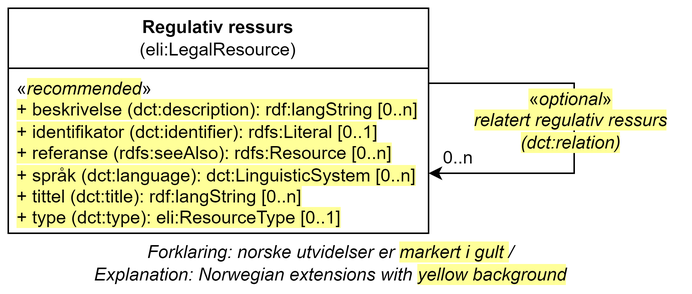
Before: docs/images/Klassen-RegulativRessurs.png, a diagram exported from draw.io (Informasjonsforvaltning/dcat-ap-no). Source tidied: cells renumbered, new cells last; positions are measured from the earlier drawing's top-left corner, leaving out a move shared by most shapes.
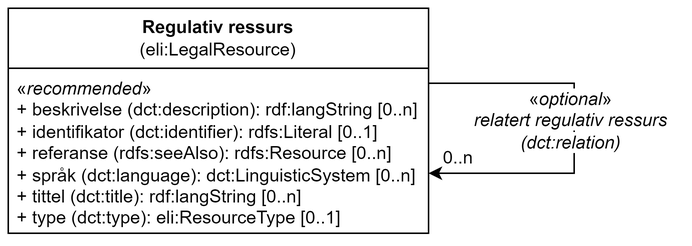
After the commit.

The edit, as a diff of the source:
```diff
@@ -5,13 +5,10 @@
     <mxCell id="2" value="0..n" style="text;html=1;strokeColor=none;fillColor=none;align=center;verticalAlign=middle;whiteSpace=wrap;rounded=0;labelBackgroundColor=default;fontFamily=Helvetica;fontSize=12;" parent="1" vertex="1">
       <mxGeometry x="280" y="90" width="40" height="20" as="geometry" />
     </mxCell>
-    <mxCell id="3" value="Forklaring: norske utvidelser er &lt;span style=&quot;background-color: rgb(255, 255, 153);&quot;&gt;markert i gult&amp;nbsp;&lt;/span&gt;&lt;span style=&quot;background-color: rgb(255 , 255 , 255)&quot;&gt;/ &lt;br&gt;Explanation: Norwegian extensions with &lt;/span&gt;&lt;span style=&quot;background-color: rgb(255, 255, 153);&quot;&gt;yellow background&lt;/span&gt;" style="text;html=1;strokeColor=none;fillColor=none;align=center;verticalAlign=middle;whiteSpace=wrap;rounded=0;fontStyle=2;" parent="1" vertex="1">
-      <mxGeometry y="160" width="430" height="20" as="geometry" />
-    </mxCell>
     <mxCell id="4" value="&lt;b style=&quot;border-color: var(--border-color);&quot;&gt;Regulativ ressurs&lt;/b&gt;&lt;br style=&quot;border-color: var(--border-color);&quot;&gt;(eli:LegalResource)" style="swimlane;fontStyle=0;horizontal=1;startSize=40;fillColor=none;whiteSpace=wrap;html=1;" parent="1" vertex="1">
       <mxGeometry width="280" height="150" as="geometry" />
     </mxCell>
-    <mxCell id="5" value="«&lt;i style=&quot;background-color: rgb(255, 255, 153);&quot;&gt;recommended&lt;/i&gt;»&lt;div&gt;&lt;span style=&quot;background-color: rgb(255, 255, 153);&quot;&gt;+&amp;nbsp;beskrivelse (dct:description): rdf:langString [0..n]&lt;/span&gt;&lt;br&gt;&lt;/div&gt;&lt;div&gt;&lt;span style=&quot;background-color: rgb(255, 255, 153);&quot;&gt;+&amp;nbsp;identifikator (dct:identifier): rdfs:Literal [0..1]&lt;/span&gt;&lt;span style=&quot;background-color: rgb(255, 255, 153);&quot;&gt;&lt;br&gt;&lt;/span&gt;&lt;/div&gt;&lt;div&gt;&lt;span style=&quot;background-color: rgb(255, 255, 153);&quot;&gt;+&amp;nbsp;referanse (rdfs:seeAlso): rdfs:Resource [0..n]&lt;/span&gt;&lt;span style=&quot;background-color: rgb(255, 255, 153);&quot;&gt;&lt;br&gt;&lt;/span&gt;&lt;/div&gt;&lt;div&gt;&lt;span style=&quot;background-color: rgb(255, 255, 153);&quot;&gt;+&amp;nbsp;språk (dct:language): dct:LinguisticSystem [0..n]&lt;/span&gt;&lt;span style=&quot;background-color: rgb(255, 255, 153);&quot;&gt;&lt;br&gt;&lt;/span&gt;&lt;/div&gt;&lt;div&gt;&lt;span style=&quot;background-color: rgb(255, 255, 153);&quot;&gt;+ tittel (dct:title): rdf:langString [0..n]&lt;/span&gt;&lt;span style=&quot;background-color: rgb(255, 255, 153);&quot;&gt;&lt;br&gt;&lt;/span&gt;&lt;/div&gt;&lt;div&gt;&lt;span style=&quot;background-color: rgb(255, 255, 153);&quot;&gt;+ type (dct:type): eli:ResourceType&amp;nbsp;[0..1]&lt;/span&gt;&lt;span style=&quot;background-color: rgb(255, 255, 153);&quot;&gt;&lt;br&gt;&lt;/span&gt;&lt;/div&gt;" style="text;strokeColor=none;fillColor=none;align=left;verticalAlign=top;spacingLeft=4;spacingRight=4;overflow=hidden;whiteSpace=wrap;html=1;" parent="4" vertex="1">
+    <mxCell id="5" value="«&lt;i style=&quot;&quot;&gt;recommended&lt;/i&gt;»&lt;div&gt;+&amp;nbsp;beskrivelse (dct:description): rdf:langString [0..n]&lt;br&gt;&lt;/div&gt;&lt;div&gt;+&amp;nbsp;identifikator (dct:identifier): rdfs:Literal [0..1]&lt;br&gt;&lt;/div&gt;&lt;div&gt;+&amp;nbsp;referanse (rdfs:seeAlso): rdfs:Resource [0..n]&lt;br&gt;&lt;/div&gt;&lt;div&gt;+&amp;nbsp;språk (dct:language): dct:LinguisticSystem [0..n]&lt;br&gt;&lt;/div&gt;&lt;div&gt;+ tittel (dct:title): rdf:langString [0..n]&lt;br&gt;&lt;/div&gt;&lt;div&gt;+ type (dct:type): eli:ResourceType&amp;nbsp;[0..1]&lt;span style=&quot;background-color: rgb(255, 255, 153);&quot;&gt;&lt;br&gt;&lt;/span&gt;&lt;/div&gt;" style="text;strokeColor=none;fillColor=none;align=left;verticalAlign=top;spacingLeft=4;spacingRight=4;overflow=hidden;whiteSpace=wrap;html=1;" parent="4" vertex="1">
       <mxGeometry y="40" width="280" height="110" as="geometry" />
     </mxCell>
     <mxCell id="6" style="endArrow=classic;html=1;rounded=0;curved=0;" parent="1" edge="1">
@@ -24,7 +21,7 @@
         </Array>
       </mxGeometry>
     </mxCell>
-    <mxCell id="7" value="&lt;span style=&quot;background-color: rgb(255, 255, 153);&quot;&gt;«&lt;i style=&quot;border-color: var(--border-color);&quot;&gt;optional&lt;/i&gt;»&lt;br&gt;&lt;span style=&quot;font-style: italic;&quot;&gt;relatert regulativ ressurs&lt;/span&gt;&lt;br style=&quot;border-color: var(--border-color); padding: 0px; margin: 0px; font-style: italic;&quot;&gt;&lt;span style=&quot;font-style: italic;&quot;&gt;(dct:relation)&lt;/span&gt;&lt;br&gt;&lt;/span&gt;" style="text;html=1;strokeColor=none;fillColor=none;align=center;verticalAlign=middle;whiteSpace=wrap;rounded=0;" parent="1" vertex="1">
+    <mxCell id="7" value="&lt;span style=&quot;background-color: rgb(255, 255, 255);&quot;&gt;«&lt;i style=&quot;border-color: var(--border-color);&quot;&gt;optional&lt;/i&gt;»&lt;br&gt;&lt;span style=&quot;font-style: italic;&quot;&gt;relatert regulativ ressurs&lt;/span&gt;&lt;br style=&quot;border-color: var(--border-color); padding: 0px; margin: 0px; font-style: italic;&quot;&gt;&lt;span style=&quot;font-style: italic;&quot;&gt;(dct:relation)&lt;/span&gt;&lt;/span&gt;" style="text;html=1;strokeColor=none;fillColor=none;align=center;verticalAlign=middle;whiteSpace=wrap;rounded=0;" parent="1" vertex="1">
       <mxGeometry x="300" y="60" width="150" height="30" as="geometry" />
     </mxCell>
   </root>
```
